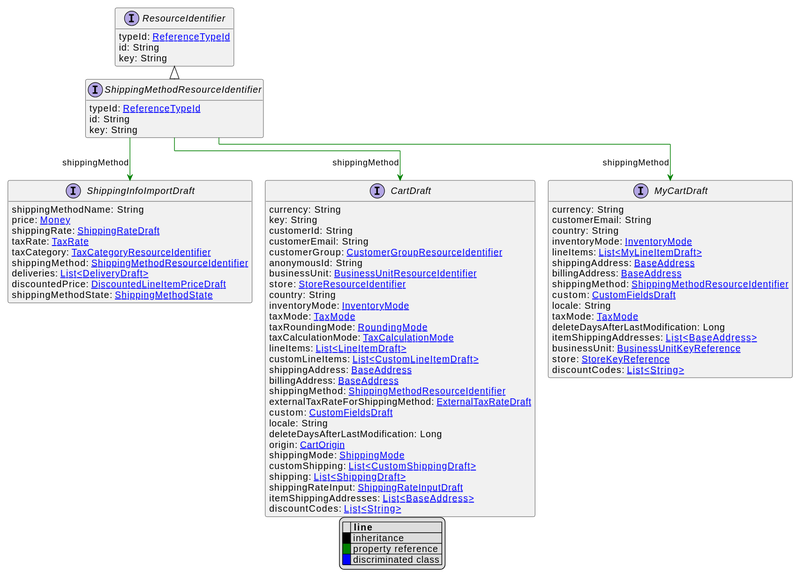
Above: uml/api/svg/ShippingMethodResourceIdentifier.svg in commercetools/commercetools-api-reference (PlantUML), before the change. Source of this version:
```plantuml
@startuml
!pragma layout elk
hide empty fields
hide empty methods
legend
|= |= line |
|<back:black>   </back>| inheritance |
|<back:green>   </back>| property reference |
|<back:blue>   </back>| discriminated class |
endlegend
interface ShippingMethodResourceIdentifier [[ShippingMethodResourceIdentifier.svg]] extends ResourceIdentifier {
    typeId: [[ReferenceTypeId.svg ReferenceTypeId]]
    id: String
    key: String
}
interface ResourceIdentifier [[ResourceIdentifier.svg]]  {
    typeId: [[ReferenceTypeId.svg ReferenceTypeId]]
    id: String
    key: String
}


interface CartDraft [[CartDraft.svg]]  {
    currency: String
    key: String
    customerId: String
    customerEmail: String
    customerGroup: [[CustomerGroupResourceIdentifier.svg CustomerGroupResourceIdentifier]]
    anonymousId: String
    businessUnit: [[BusinessUnitResourceIdentifier.svg BusinessUnitResourceIdentifier]]
    store: [[StoreResourceIdentifier.svg StoreResourceIdentifier]]
    country: String
    inventoryMode: [[InventoryMode.svg InventoryMode]]
    taxMode: [[TaxMode.svg TaxMode]]
    taxRoundingMode: [[RoundingMode.svg RoundingMode]]
    taxCalculationMode: [[TaxCalculationMode.svg TaxCalculationMode]]
    lineItems: [[LineItemDraft.svg List<LineItemDraft>]]
    customLineItems: [[CustomLineItemDraft.svg List<CustomLineItemDraft>]]
    shippingAddress: [[BaseAddress.svg BaseAddress]]
    billingAddress: [[BaseAddress.svg BaseAddress]]
    shippingMethod: [[ShippingMethodResourceIdentifier.svg ShippingMethodResourceIdentifier]]
    externalTaxRateForShippingMethod: [[ExternalTaxRateDraft.svg ExternalTaxRateDraft]]
    custom: [[CustomFieldsDraft.svg CustomFieldsDraft]]
    locale: String
    deleteDaysAfterLastModification: Long
    origin: [[CartOrigin.svg CartOrigin]]
    shippingMode: [[ShippingMode.svg ShippingMode]]
    customShipping: [[CustomShippingDraft.svg List<CustomShippingDraft>]]
    shipping: [[ShippingDraft.svg List<ShippingDraft>]]
    shippingRateInput: [[ShippingRateInputDraft.svg ShippingRateInputDraft]]
    itemShippingAddresses: [[BaseAddress.svg List<BaseAddress>]]
    discountCodes: [[String.svg List<String>]]
}
interface MyCartDraft [[MyCartDraft.svg]]  {
    currency: String
    customerEmail: String
    country: String
    inventoryMode: [[InventoryMode.svg InventoryMode]]
    lineItems: [[MyLineItemDraft.svg List<MyLineItemDraft>]]
    shippingAddress: [[BaseAddress.svg BaseAddress]]
    billingAddress: [[BaseAddress.svg BaseAddress]]
    shippingMethod: [[ShippingMethodResourceIdentifier.svg ShippingMethodResourceIdentifier]]
    custom: [[CustomFieldsDraft.svg CustomFieldsDraft]]
    locale: String
    taxMode: [[TaxMode.svg TaxMode]]
    deleteDaysAfterLastModification: Long
    itemShippingAddresses: [[BaseAddress.svg List<BaseAddress>]]
    businessUnit: [[BusinessUnitKeyReference.svg BusinessUnitKeyReference]]
    store: [[StoreKeyReference.svg StoreKeyReference]]
    discountCodes: [[String.svg List<String>]]
}
interface ShippingInfoImportDraft [[ShippingInfoImportDraft.svg]]  {
    shippingMethodName: String
    price: [[Money.svg Money]]
    shippingRate: [[ShippingRateDraft.svg ShippingRateDraft]]
    taxRate: [[TaxRate.svg TaxRate]]
    taxCategory: [[TaxCategoryResourceIdentifier.svg TaxCategoryResourceIdentifier]]
    shippingMethod: [[ShippingMethodResourceIdentifier.svg ShippingMethodResourceIdentifier]]
    deliveries: [[DeliveryDraft.svg List<DeliveryDraft>]]
    discountedPrice: [[DiscountedLineItemPriceDraft.svg DiscountedLineItemPriceDraft]]
    shippingMethodState: [[ShippingMethodState.svg ShippingMethodState]]
}

ShippingMethodResourceIdentifier --> CartDraft #green;text:green : "shippingMethod"
ShippingMethodResourceIdentifier --> MyCartDraft #green;text:green : "shippingMethod"
ShippingMethodResourceIdentifier --> ShippingInfoImportDraft #green;text:green : "shippingMethod"
@enduml
```
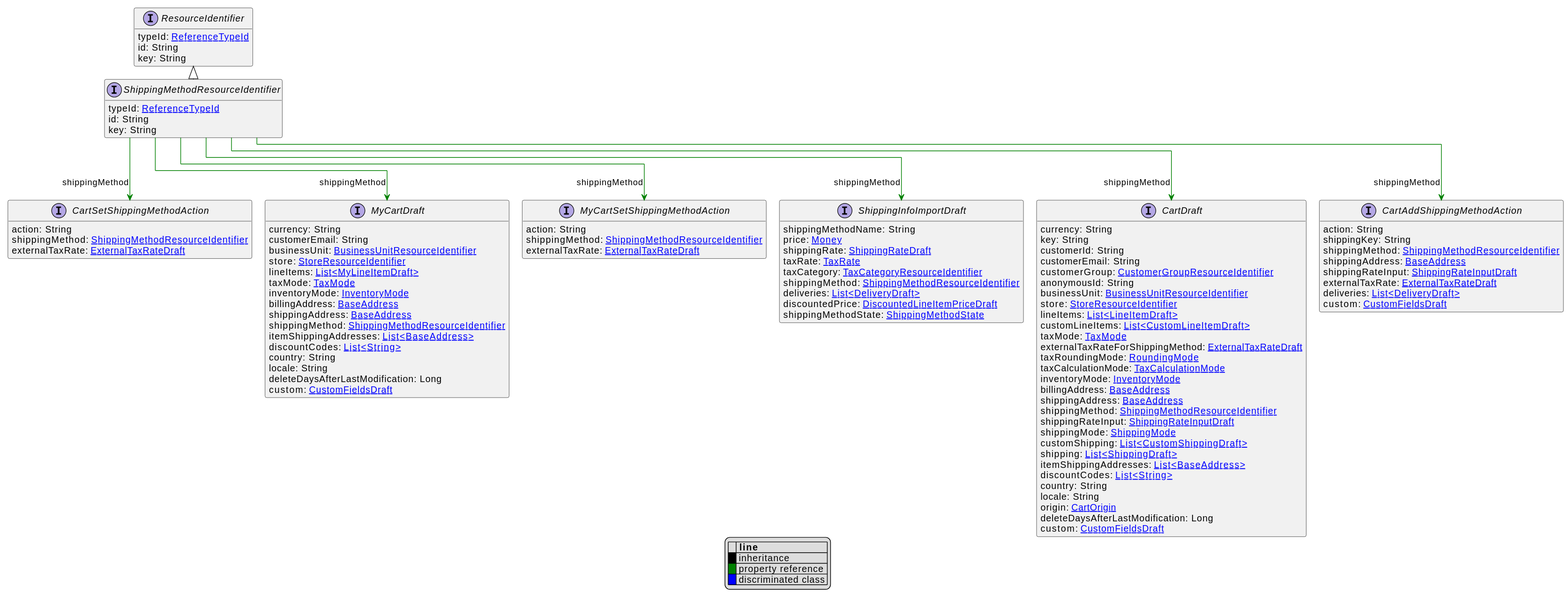
After the commit.

Diff of the diagram source:
```diff
@@ -29,45 +29,65 @@
     anonymousId: String
     businessUnit: [[BusinessUnitResourceIdentifier.svg BusinessUnitResourceIdentifier]]
     store: [[StoreResourceIdentifier.svg StoreResourceIdentifier]]
-    country: String
-    inventoryMode: [[InventoryMode.svg InventoryMode]]
+    lineItems: [[LineItemDraft.svg List<LineItemDraft>]]
+    customLineItems: [[CustomLineItemDraft.svg List<CustomLineItemDraft>]]
     taxMode: [[TaxMode.svg TaxMode]]
+    externalTaxRateForShippingMethod: [[ExternalTaxRateDraft.svg ExternalTaxRateDraft]]
     taxRoundingMode: [[RoundingMode.svg RoundingMode]]
     taxCalculationMode: [[TaxCalculationMode.svg TaxCalculationMode]]
-    lineItems: [[LineItemDraft.svg List<LineItemDraft>]]
-    customLineItems: [[CustomLineItemDraft.svg List<CustomLineItemDraft>]]
+    inventoryMode: [[InventoryMode.svg InventoryMode]]
+    billingAddress: [[BaseAddress.svg BaseAddress]]
     shippingAddress: [[BaseAddress.svg BaseAddress]]
-    billingAddress: [[BaseAddress.svg BaseAddress]]
     shippingMethod: [[ShippingMethodResourceIdentifier.svg ShippingMethodResourceIdentifier]]
-    externalTaxRateForShippingMethod: [[ExternalTaxRateDraft.svg ExternalTaxRateDraft]]
-    custom: [[CustomFieldsDraft.svg CustomFieldsDraft]]
-    locale: String
-    deleteDaysAfterLastModification: Long
-    origin: [[CartOrigin.svg CartOrigin]]
+    shippingRateInput: [[ShippingRateInputDraft.svg ShippingRateInputDraft]]
     shippingMode: [[ShippingMode.svg ShippingMode]]
     customShipping: [[CustomShippingDraft.svg List<CustomShippingDraft>]]
     shipping: [[ShippingDraft.svg List<ShippingDraft>]]
-    shippingRateInput: [[ShippingRateInputDraft.svg ShippingRateInputDraft]]
     itemShippingAddresses: [[BaseAddress.svg List<BaseAddress>]]
     discountCodes: [[String.svg List<String>]]
+    country: String
+    locale: String
+    origin: [[CartOrigin.svg CartOrigin]]
+    deleteDaysAfterLastModification: Long
+    custom: [[CustomFieldsDraft.svg CustomFieldsDraft]]
+}
+interface CartAddShippingMethodAction [[CartAddShippingMethodAction.svg]]  {
+    action: String
+    shippingKey: String
+    shippingMethod: [[ShippingMethodResourceIdentifier.svg ShippingMethodResourceIdentifier]]
+    shippingAddress: [[BaseAddress.svg BaseAddress]]
+    shippingRateInput: [[ShippingRateInputDraft.svg ShippingRateInputDraft]]
+    externalTaxRate: [[ExternalTaxRateDraft.svg ExternalTaxRateDraft]]
+    deliveries: [[DeliveryDraft.svg List<DeliveryDraft>]]
+    custom: [[CustomFieldsDraft.svg CustomFieldsDraft]]
+}
+interface CartSetShippingMethodAction [[CartSetShippingMethodAction.svg]]  {
+    action: String
+    shippingMethod: [[ShippingMethodResourceIdentifier.svg ShippingMethodResourceIdentifier]]
+    externalTaxRate: [[ExternalTaxRateDraft.svg ExternalTaxRateDraft]]
 }
 interface MyCartDraft [[MyCartDraft.svg]]  {
     currency: String
     customerEmail: String
+    businessUnit: [[BusinessUnitResourceIdentifier.svg BusinessUnitResourceIdentifier]]
+    store: [[StoreResourceIdentifier.svg StoreResourceIdentifier]]
+    lineItems: [[MyLineItemDraft.svg List<MyLineItemDraft>]]
+    taxMode: [[TaxMode.svg TaxMode]]
+    inventoryMode: [[InventoryMode.svg InventoryMode]]
+    billingAddress: [[BaseAddress.svg BaseAddress]]
+    shippingAddress: [[BaseAddress.svg BaseAddress]]
+    shippingMethod: [[ShippingMethodResourceIdentifier.svg ShippingMethodResourceIdentifier]]
+    itemShippingAddresses: [[BaseAddress.svg List<BaseAddress>]]
+    discountCodes: [[String.svg List<String>]]
     country: String
-    inventoryMode: [[InventoryMode.svg InventoryMode]]
-    lineItems: [[MyLineItemDraft.svg List<MyLineItemDraft>]]
-    shippingAddress: [[BaseAddress.svg BaseAddress]]
-    billingAddress: [[BaseAddress.svg BaseAddress]]
+    locale: String
+    deleteDaysAfterLastModification: Long
+    custom: [[CustomFieldsDraft.svg CustomFieldsDraft]]
+}
+interface MyCartSetShippingMethodAction [[MyCartSetShippingMethodAction.svg]]  {
+    action: String
     shippingMethod: [[ShippingMethodResourceIdentifier.svg ShippingMethodResourceIdentifier]]
-    custom: [[CustomFieldsDraft.svg CustomFieldsDraft]]
-    locale: String
-    taxMode: [[TaxMode.svg TaxMode]]
-    deleteDaysAfterLastModification: Long
-    itemShippingAddresses: [[BaseAddress.svg List<BaseAddress>]]
-    businessUnit: [[BusinessUnitKeyReference.svg BusinessUnitKeyReference]]
-    store: [[StoreKeyReference.svg StoreKeyReference]]
-    discountCodes: [[String.svg List<String>]]
+    externalTaxRate: [[ExternalTaxRateDraft.svg ExternalTaxRateDraft]]
 }
 interface ShippingInfoImportDraft [[ShippingInfoImportDraft.svg]]  {
     shippingMethodName: String
@@ -82,6 +102,9 @@
 }
 
 ShippingMethodResourceIdentifier --> CartDraft #green;text:green : "shippingMethod"
+ShippingMethodResourceIdentifier --> CartAddShippingMethodAction #green;text:green : "shippingMethod"
+ShippingMethodResourceIdentifier --> CartSetShippingMethodAction #green;text:green : "shippingMethod"
 ShippingMethodResourceIdentifier --> MyCartDraft #green;text:green : "shippingMethod"
+ShippingMethodResourceIdentifier --> MyCartSetShippingMethodAction #green;text:green : "shippingMethod"
 ShippingMethodResourceIdentifier --> ShippingInfoImportDraft #green;text:green : "shippingMethod"
 @enduml
```
